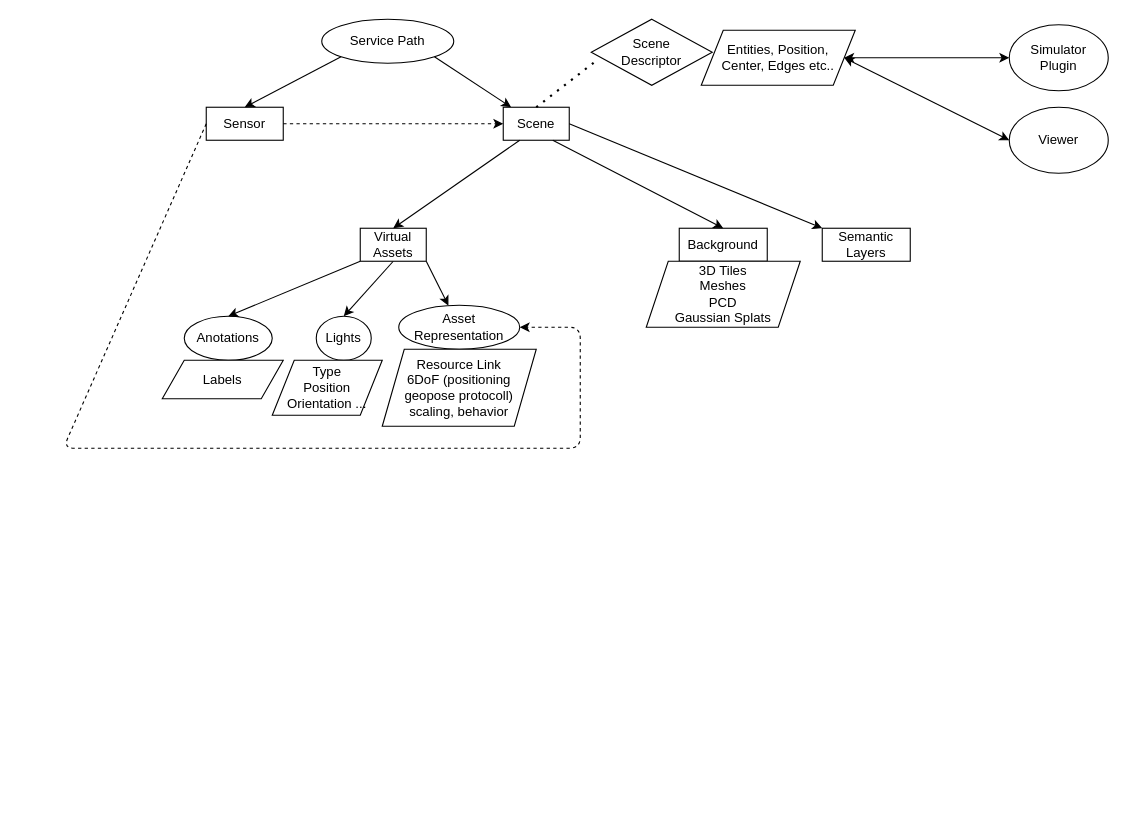
Before: arch.drawio in Skorpinakos/NGSI-Scene-Description-Compliant-Viewer, a draw.io diagram. Source tidied: cells renumbered, new cells numbered last; positions are measured from the earlier drawing's top-left corner, leaving out a move shared by most shapes. Both pictures are drawn from the tidied source at 110%, with x=0, y=0 at pixel (63, 19).
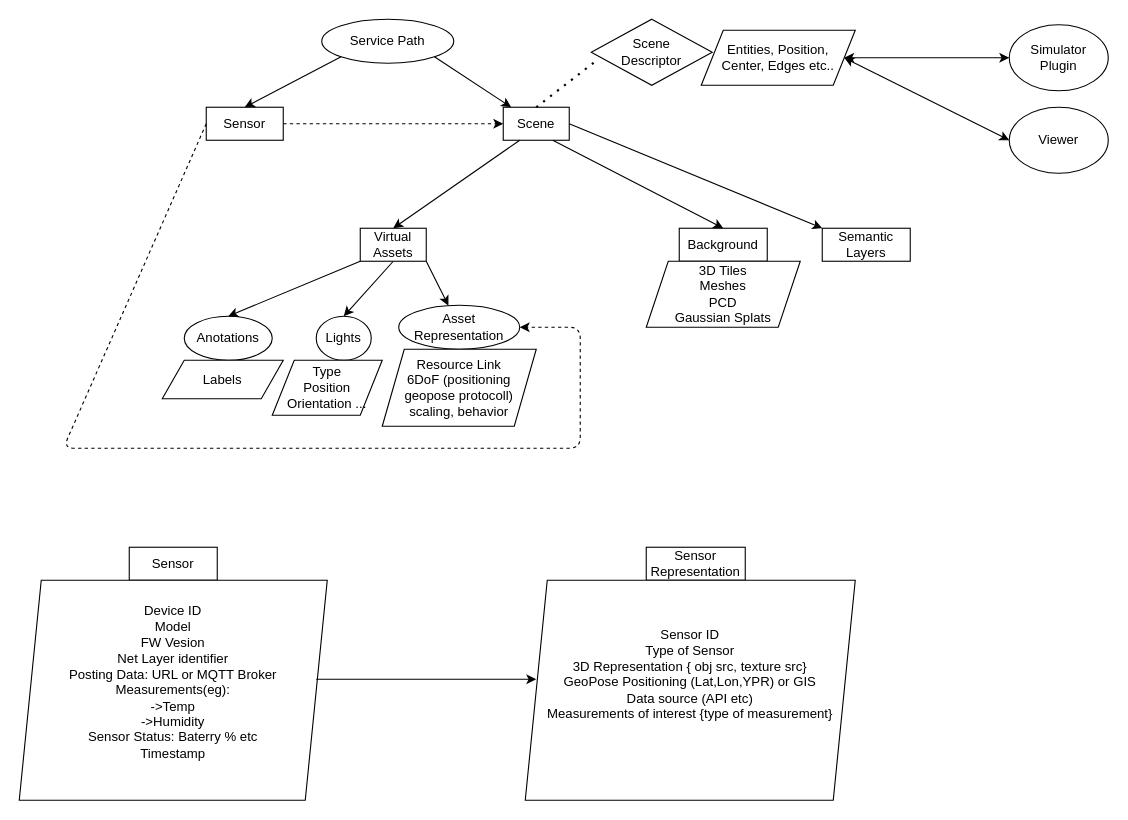
The same diagram, later.

What changed in the source:
```diff
@@
+    <mxCell id="32" value="Sensor" style="rounded=0;whiteSpace=wrap;html=1;" parent="1" vertex="1">
+      <mxGeometry x="60" y="480" width="80" height="30" as="geometry" />
+    </mxCell>
+    <mxCell id="33" value="&lt;div&gt;Device ID&lt;/div&gt;&lt;div&gt;Model&lt;/div&gt;&lt;div&gt;FW Vesion&lt;/div&gt;&lt;div&gt;Net Layer identifier&lt;/div&gt;&lt;div&gt;Posting Data: URL or MQTT Broker&lt;/div&gt;Measurements(eg):&lt;div&gt;-&amp;gt;Temp&lt;/div&gt;&lt;div&gt;-&amp;gt;Humidity&lt;/div&gt;&lt;div&gt;Sensor Status: Baterry % etc&lt;/div&gt;&lt;div&gt;Timestamp&lt;/div&gt;&lt;div&gt;&lt;br&gt;&lt;/div&gt;" style="shape=parallelogram;perimeter=parallelogramPerimeter;whiteSpace=wrap;html=1;fixedSize=1;" parent="1" vertex="1">
+      <mxGeometry x="-40" y="510" width="280" height="200" as="geometry" />
+    </mxCell>
+    <mxCell id="34" style="endArrow=classic;html=1;" parent="1" edge="1">
+      <mxGeometry relative="1" as="geometry">
+        <mxPoint x="230" y="600" as="sourcePoint" />
+        <mxPoint x="430" y="600" as="targetPoint" />
+      </mxGeometry>
+    </mxCell>
+    <mxCell id="35" value="Sensor Representation" style="rounded=0;whiteSpace=wrap;html=1;" parent="1" vertex="1">
+      <mxGeometry x="530" y="480" width="90" height="30" as="geometry" />
+    </mxCell>
+    <mxCell id="36" value="&lt;div&gt;Sensor ID&lt;/div&gt;&lt;div&gt;Type of Sensor&lt;/div&gt;&lt;div&gt;3D Representation { obj src, texture src}&lt;/div&gt;&lt;div&gt;GeoPose Positioning (Lat,Lon,YPR) or GIS&lt;/div&gt;&lt;div&gt;Data source (API etc)&lt;/div&gt;&lt;div&gt;Measurements of interest {type of measurement}&lt;/div&gt;&lt;div&gt;&lt;br&gt;&lt;/div&gt;&lt;div&gt;&lt;br&gt;&lt;/div&gt;" style="shape=parallelogram;perimeter=parallelogramPerimeter;whiteSpace=wrap;html=1;fixedSize=1;" parent="1" vertex="1">
+      <mxGeometry x="420" y="510" width="300" height="200" as="geometry" />
+    </mxCell>
```
